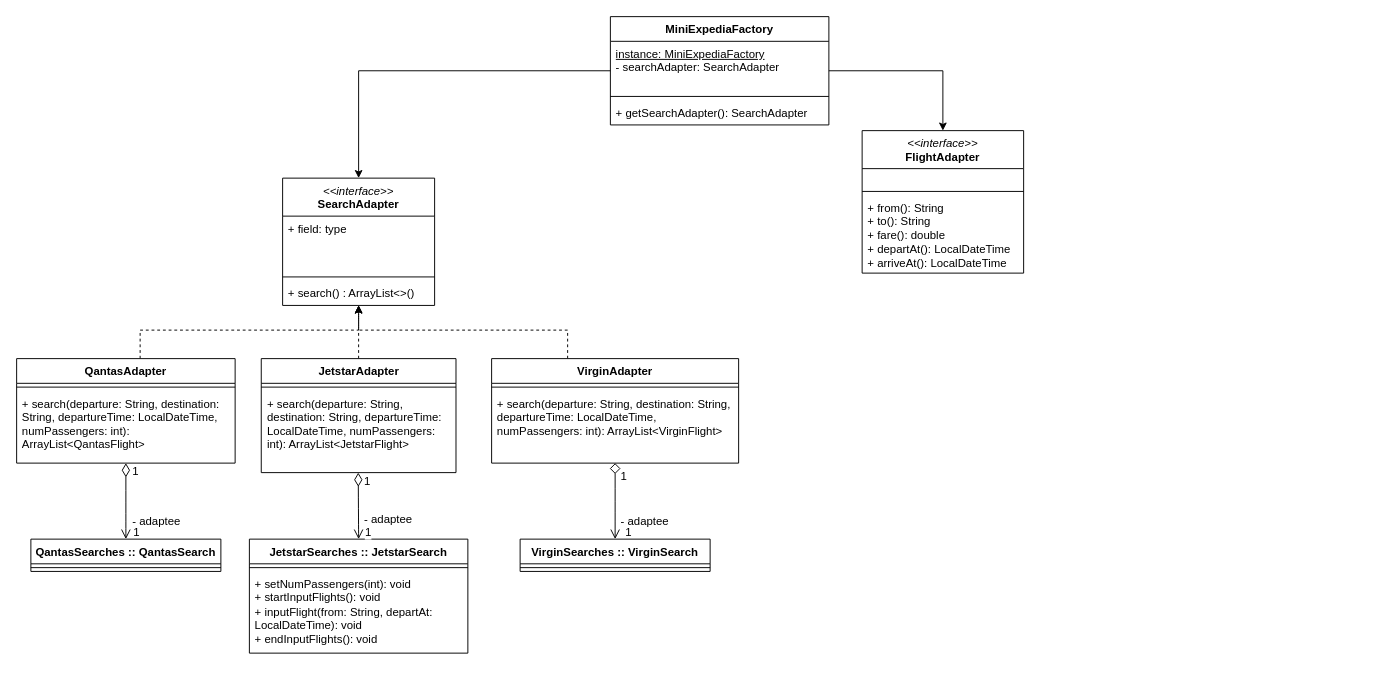
This is page "Page-1" (1 of 2) of workshop8-week9.drawio from antonykimuom/SWEN30006-2025-SM1-workshop1-tuew05-14-00-team-12, a draw.io file, before an edit. Source tidied: cells renumbered, new cells numbered last; positions are measured from the earlier drawing's top-left corner, leaving out a move shared by most shapes. Both pictures are drawn from the tidied source at 95%, with x=0, y=0 at pixel (16, 16).
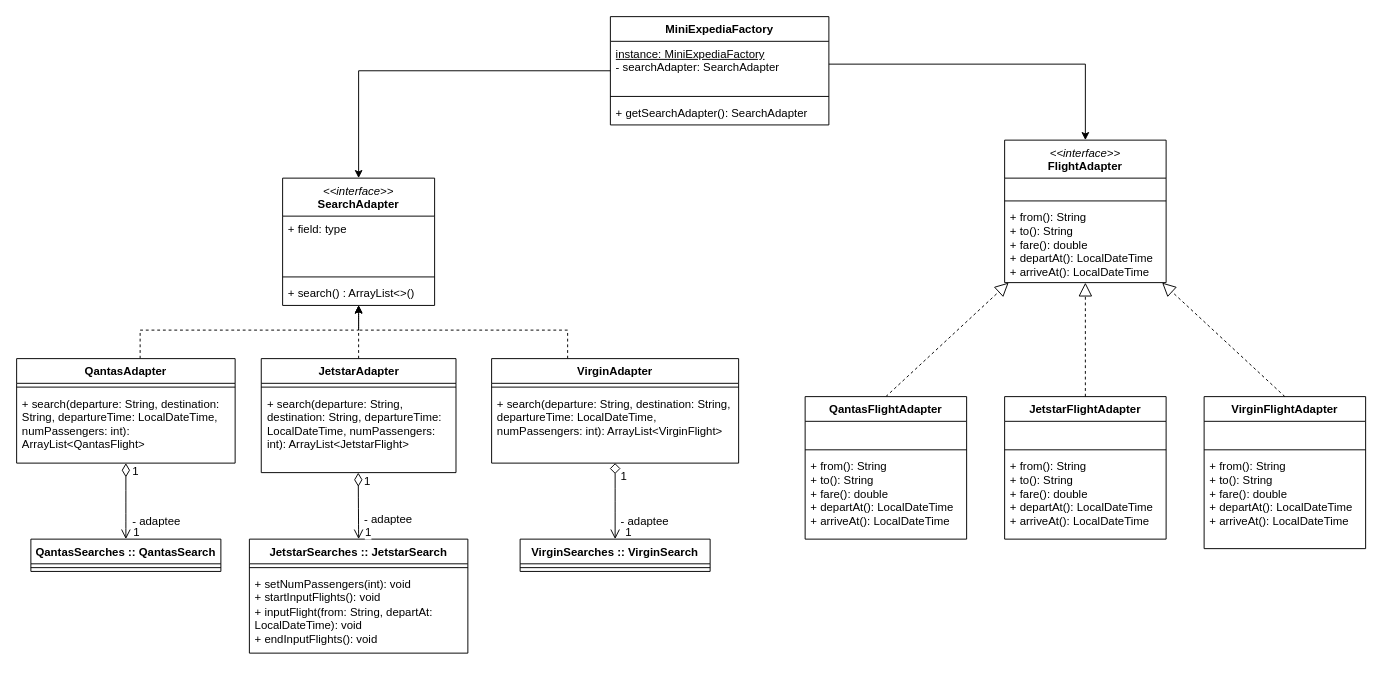
Above is the later version.

Commit message:
added instantiated flight adapters

Unchanged cells that the change refers to:
```xml
<mxCell id="13" value="MiniExpediaFactory" style="swimlane;fontStyle=1;align=center;verticalAlign=top;horizontal=1;startSize=26;whiteSpace=wrap;html=1;" parent="1" vertex="1">
  <mxGeometry x="625" width="230" height="114" as="geometry" />
</mxCell>
```

Change to the diagram source:
```diff
@@
     <mxCell id="12" style="edgeStyle=orthogonalEdgeStyle;rounded=0;jettySize=auto;html=1;entryX=0.5;entryY=0;entryDx=0;entryDy=0;" parent="1" edge="1" source="13" target="30">
-      <mxGeometry relative="1" as="geometry" />
+      <mxGeometry relative="1" as="geometry">
+        <Array as="points">
+          <mxPoint x="1125" y="50" />
+        </Array>
+      </mxGeometry>
     </mxCell>
@@
     <mxCell id="30" value="&lt;div&gt;&lt;span style=&quot;font-weight: normal;&quot;&gt;&lt;i&gt;&amp;lt;&amp;lt;interface&amp;gt;&amp;gt;&lt;/i&gt;&lt;/span&gt;&lt;/div&gt;FlightAdapter" style="swimlane;fontStyle=1;align=center;verticalAlign=top;horizontal=1;startSize=40;whiteSpace=wrap;html=1;" parent="1" vertex="1">
-      <mxGeometry x="890" y="120" width="170" height="150" as="geometry" />
+      <mxGeometry x="1040" y="130" width="170" height="150" as="geometry" />
     </mxCell>
@@
+    <mxCell id="47" style="endArrow=block;dashed=1;endFill=0;endSize=12;html=1;rounded=0;exitX=0.5;exitY=0;exitDx=0;exitDy=0;" parent="1" edge="1" source="48" target="30">
+      <mxGeometry relative="1" as="geometry" />
+    </mxCell>
@@
+    <mxCell id="48" value="QantasFlightAdapter" style="swimlane;fontStyle=1;align=center;verticalAlign=top;horizontal=1;startSize=26;whiteSpace=wrap;html=1;" parent="1" vertex="1">
+      <mxGeometry x="830" y="400" width="170" height="150" as="geometry" />
+    </mxCell>
+    <mxCell id="49" value="&lt;br&gt;&lt;div&gt;&lt;br&gt;&lt;/div&gt;" style="text;strokeColor=none;fillColor=none;align=left;verticalAlign=top;spacingLeft=4;spacingRight=4;overflow=hidden;whiteSpace=wrap;html=1;" parent="48" vertex="1">
+      <mxGeometry y="26" width="170" height="26" as="geometry" />
+    </mxCell>
+    <mxCell id="50" style="line;strokeWidth=1;fillColor=none;align=left;verticalAlign=middle;spacingTop=-1;spacingLeft=3;spacingRight=3;labelPosition=right;strokeColor=inherit;" parent="48" vertex="1">
+      <mxGeometry y="52" width="170" height="8" as="geometry" />
+    </mxCell>
+    <mxCell id="51" value="+ from(): String&lt;div&gt;+ to(): String&lt;/div&gt;&lt;div&gt;+ fare(): double&lt;/div&gt;&lt;div&gt;+ departAt(): LocalDateTime&lt;/div&gt;&lt;div&gt;+ arriveAt(): LocalDateTime&lt;/div&gt;" style="text;strokeColor=none;fillColor=none;align=left;verticalAlign=top;spacingLeft=4;spacingRight=4;overflow=hidden;whiteSpace=wrap;html=1;" parent="48" vertex="1">
+      <mxGeometry y="60" width="170" height="90" as="geometry" />
+    </mxCell>
@@
+    <mxCell id="52" value="JetstarFlightAdapter" style="swimlane;fontStyle=1;align=center;verticalAlign=top;horizontal=1;startSize=26;whiteSpace=wrap;html=1;" parent="1" vertex="1">
+      <mxGeometry x="1040" y="400" width="170" height="150" as="geometry" />
+    </mxCell>
+    <mxCell id="53" value="&lt;br&gt;&lt;div&gt;&lt;br&gt;&lt;/div&gt;" style="text;strokeColor=none;fillColor=none;align=left;verticalAlign=top;spacingLeft=4;spacingRight=4;overflow=hidden;whiteSpace=wrap;html=1;" parent="52" vertex="1">
+      <mxGeometry y="26" width="170" height="26" as="geometry" />
+    </mxCell>
+    <mxCell id="54" style="line;strokeWidth=1;fillColor=none;align=left;verticalAlign=middle;spacingTop=-1;spacingLeft=3;spacingRight=3;labelPosition=right;strokeColor=inherit;" parent="52" vertex="1">
+      <mxGeometry y="52" width="170" height="8" as="geometry" />
+    </mxCell>
+    <mxCell id="55" value="+ from(): String&lt;div&gt;+ to(): String&lt;/div&gt;&lt;div&gt;+ fare(): double&lt;/div&gt;&lt;div&gt;+ departAt(): LocalDateTime&lt;/div&gt;&lt;div&gt;+ arriveAt(): LocalDateTime&lt;/div&gt;" style="text;strokeColor=none;fillColor=none;align=left;verticalAlign=top;spacingLeft=4;spacingRight=4;overflow=hidden;whiteSpace=wrap;html=1;" parent="52" vertex="1">
+      <mxGeometry y="60" width="170" height="90" as="geometry" />
+    </mxCell>
+    <mxCell id="56" style="endArrow=block;dashed=1;endFill=0;endSize=12;html=1;rounded=0;exitX=0.5;exitY=0;exitDx=0;exitDy=0;" parent="1" edge="1" source="52" target="30">
+      <mxGeometry relative="1" as="geometry" />
+    </mxCell>
+    <mxCell id="57" value="VirginFlightAdapter" style="swimlane;fontStyle=1;align=center;verticalAlign=top;horizontal=1;startSize=26;whiteSpace=wrap;html=1;" parent="1" vertex="1">
+      <mxGeometry x="1250" y="400" width="170" height="160" as="geometry" />
+    </mxCell>
+    <mxCell id="58" value="&lt;br&gt;&lt;div&gt;&lt;br&gt;&lt;/div&gt;" style="text;strokeColor=none;fillColor=none;align=left;verticalAlign=top;spacingLeft=4;spacingRight=4;overflow=hidden;whiteSpace=wrap;html=1;" parent="57" vertex="1">
+      <mxGeometry y="26" width="170" height="26" as="geometry" />
+    </mxCell>
+    <mxCell id="59" style="line;strokeWidth=1;fillColor=none;align=left;verticalAlign=middle;spacingTop=-1;spacingLeft=3;spacingRight=3;labelPosition=right;strokeColor=inherit;" parent="57" vertex="1">
+      <mxGeometry y="52" width="170" height="8" as="geometry" />
+    </mxCell>
+    <mxCell id="60" value="+ from(): String&lt;div&gt;+ to(): String&lt;/div&gt;&lt;div&gt;+ fare(): double&lt;/div&gt;&lt;div&gt;+ departAt(): LocalDateTime&lt;/div&gt;&lt;div&gt;+ arriveAt(): LocalDateTime&lt;/div&gt;" style="text;strokeColor=none;fillColor=none;align=left;verticalAlign=top;spacingLeft=4;spacingRight=4;overflow=hidden;whiteSpace=wrap;html=1;" parent="57" vertex="1">
+      <mxGeometry y="60" width="170" height="100" as="geometry" />
+    </mxCell>
+    <mxCell id="61" style="endArrow=block;dashed=1;endFill=0;endSize=12;html=1;rounded=0;exitX=0.5;exitY=0;exitDx=0;exitDy=0;" parent="1" edge="1" source="57" target="30">
+      <mxGeometry relative="1" as="geometry" />
+    </mxCell>
```
